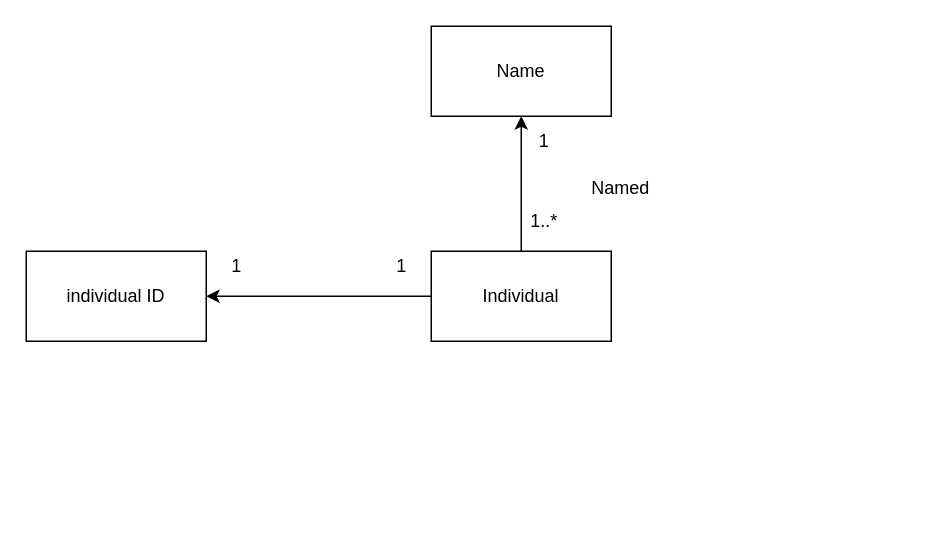
Above: page "Individual" (1 of 5) of class_diagrams.drawio in peterklem/CURSE (draw.io), before the change. Source tidied: cells renumbered, new cells numbered last; positions are measured from the earlier drawing's top-left corner, leaving out a move shared by most shapes. Both pictures are drawn from the tidied source at 150%, with x=0, y=0 at pixel (26, 26).
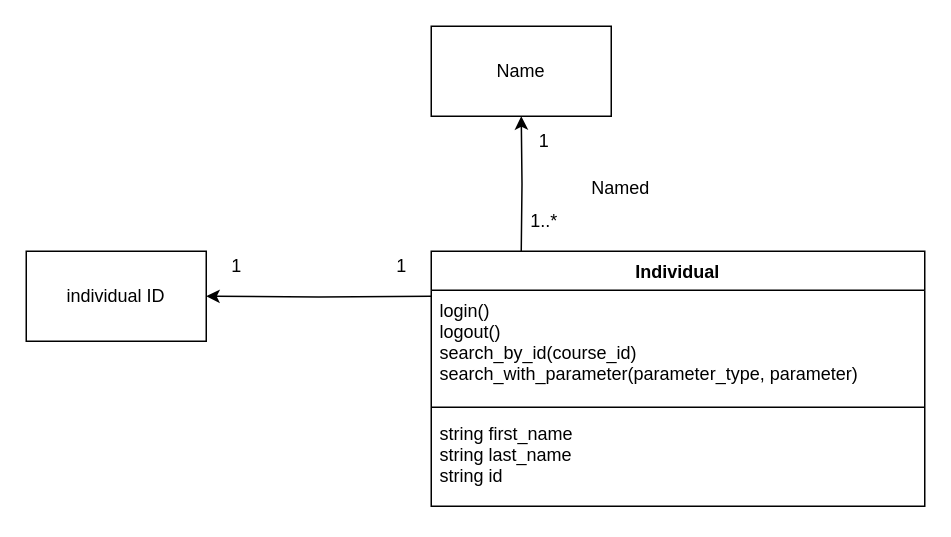
After the change.

Diff of the diagram source:
```diff
@@
 <mxGraphModel>
   <root>
     <mxCell id="0" />
     <mxCell id="1" parent="0" />
-    <mxCell id="2" style="edgeStyle=orthogonalEdgeStyle;rounded=0;jettySize=auto;html=1;exitX=0;exitY=0.5;exitDx=0;exitDy=0;entryX=1;entryY=0.5;entryDx=0;entryDy=0;" parent="1" edge="1" source="4" target="5">
-      <mxGeometry relative="1" as="geometry" />
+    <mxCell id="2" style="edgeStyle=orthogonalEdgeStyle;rounded=0;jettySize=auto;html=1;exitX=0;exitY=0.5;exitDx=0;exitDy=0;entryX=1;entryY=0.5;entryDx=0;entryDy=0;" parent="1" edge="1" target="5">
+      <mxGeometry relative="1" as="geometry">
+        <mxPoint x="270" y="180" as="sourcePoint" />
+      </mxGeometry>
     </mxCell>
-    <mxCell id="3" style="edgeStyle=orthogonalEdgeStyle;rounded=0;jettySize=auto;html=1;exitX=0.5;exitY=0;exitDx=0;exitDy=0;entryX=0.5;entryY=1;entryDx=0;entryDy=0;" parent="1" edge="1" source="4" target="6">
-      <mxGeometry relative="1" as="geometry" />
+    <mxCell id="3" style="edgeStyle=orthogonalEdgeStyle;rounded=0;jettySize=auto;html=1;exitX=0.5;exitY=0;exitDx=0;exitDy=0;entryX=0.5;entryY=1;entryDx=0;entryDy=0;" parent="1" edge="1" target="6">
+      <mxGeometry relative="1" as="geometry">
+        <mxPoint x="330" y="150" as="sourcePoint" />
+      </mxGeometry>
     </mxCell>
-    <mxCell id="4" value="Individual" style="rounded=0;whiteSpace=wrap;html=1;" parent="1" vertex="1">
-      <mxGeometry x="270" y="150" width="120" height="60" as="geometry" />
-    </mxCell>
     <mxCell id="5" value="individual ID" style="rounded=0;whiteSpace=wrap;html=1;" parent="1" vertex="1">
       <mxGeometry y="150" width="120" height="60" as="geometry" />
     </mxCell>
     <mxCell id="6" value="Name" style="rounded=0;whiteSpace=wrap;html=1;" parent="1" vertex="1">
       <mxGeometry x="270" width="120" height="60" as="geometry" />
     </mxCell>
     <mxCell id="7" value="1..*" style="text;html=1;align=center;verticalAlign=middle;" parent="1" vertex="1">
       <mxGeometry x="330" y="120" width="30" height="20" as="geometry" />
     </mxCell>
     <mxCell id="8" value="1" style="text;html=1;align=center;verticalAlign=middle;" parent="1" vertex="1">
       <mxGeometry x="335" y="67" width="20" height="20" as="geometry" />
     </mxCell>
     <mxCell id="9" value="1" style="text;html=1;align=center;verticalAlign=middle;" parent="1" vertex="1">
       <mxGeometry x="130" y="150" width="20" height="20" as="geometry" />
     </mxCell>
     <mxCell id="10" value="1" style="text;html=1;align=center;verticalAlign=middle;" parent="1" vertex="1">
       <mxGeometry x="240" y="150" width="20" height="20" as="geometry" />
     </mxCell>
     <mxCell id="11" value="Named" style="text;html=1;align=center;verticalAlign=middle;" parent="1" vertex="1">
       <mxGeometry x="371" y="98" width="50" height="20" as="geometry" />
     </mxCell>
+    <mxCell id="4" value="Individual" style="swimlane;fontStyle=1;align=center;verticalAlign=top;horizontal=1;startSize=26;" parent="1" vertex="1">
+      <mxGeometry x="270" y="150" width="329" height="170" as="geometry" />
+    </mxCell>
+    <mxCell id="12" value="login()&#10;logout()&#10;search_by_id(course_id)&#10;search_with_parameter(parameter_type, parameter)" style="text;strokeColor=none;fillColor=none;align=left;verticalAlign=top;spacingLeft=4;spacingRight=4;overflow=hidden;" parent="4" vertex="1">
+      <mxGeometry y="26" width="329" height="74" as="geometry" />
+    </mxCell>
+    <mxCell id="13" style="line;strokeWidth=1;fillColor=none;align=left;verticalAlign=middle;spacingTop=-1;spacingLeft=3;spacingRight=3;labelPosition=right;" parent="4" vertex="1">
+      <mxGeometry y="100" width="329" height="8" as="geometry" />
+    </mxCell>
+    <mxCell id="14" value="string first_name&#10;string last_name&#10;string id" style="text;strokeColor=none;fillColor=none;align=left;verticalAlign=top;spacingLeft=4;spacingRight=4;overflow=hidden;" parent="4" vertex="1">
+      <mxGeometry y="108" width="329" height="62" as="geometry" />
+    </mxCell>
   </root>
 </mxGraphModel>
```
